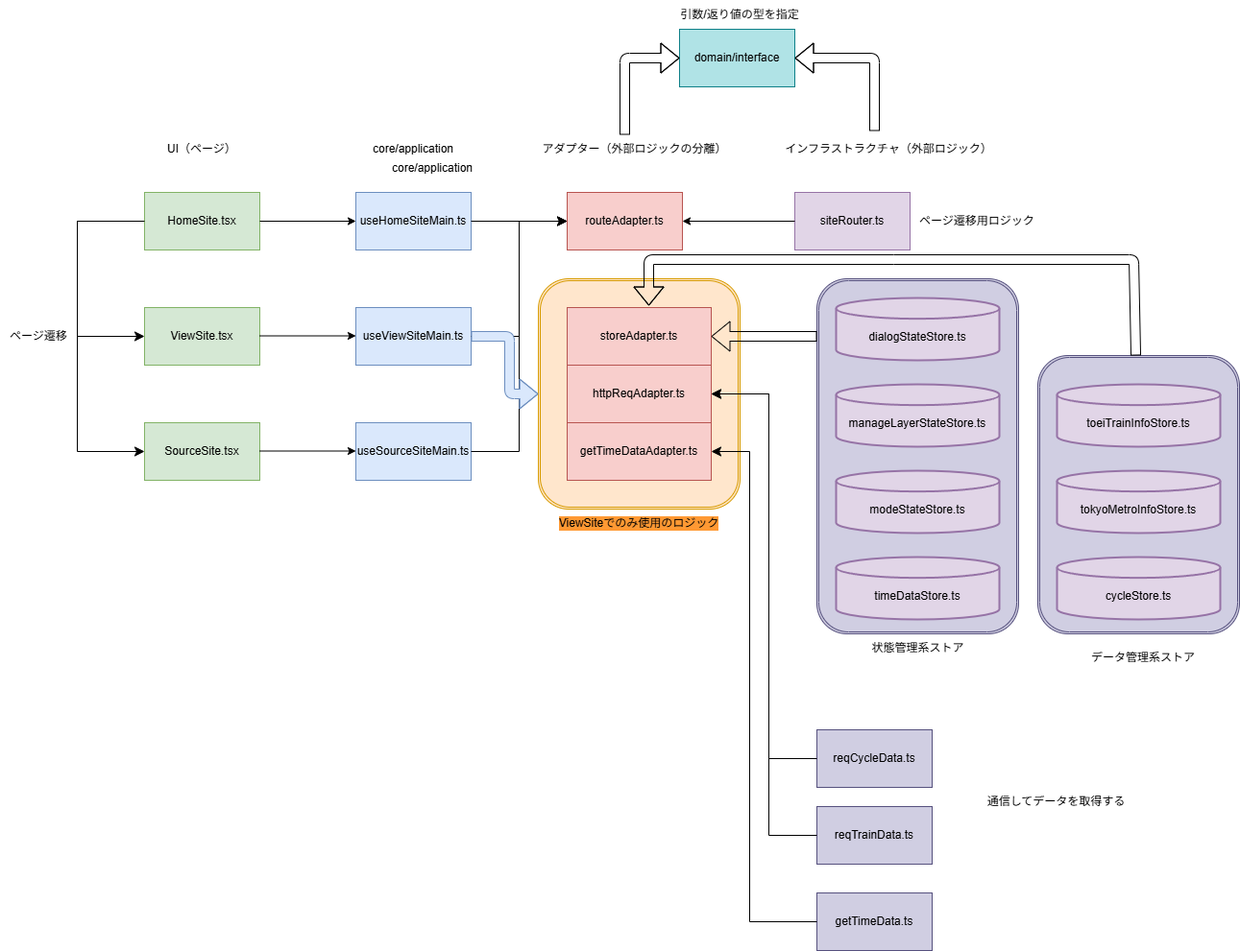
Before: 01_設計/image/フロント側構成.drawio.png, a diagram exported from draw.io (mayuge/SPECTRA). Source tidied: cells renumbered, new cells last; positions are measured from the earlier drawing's top-left corner, leaving out a move shared by most shapes.
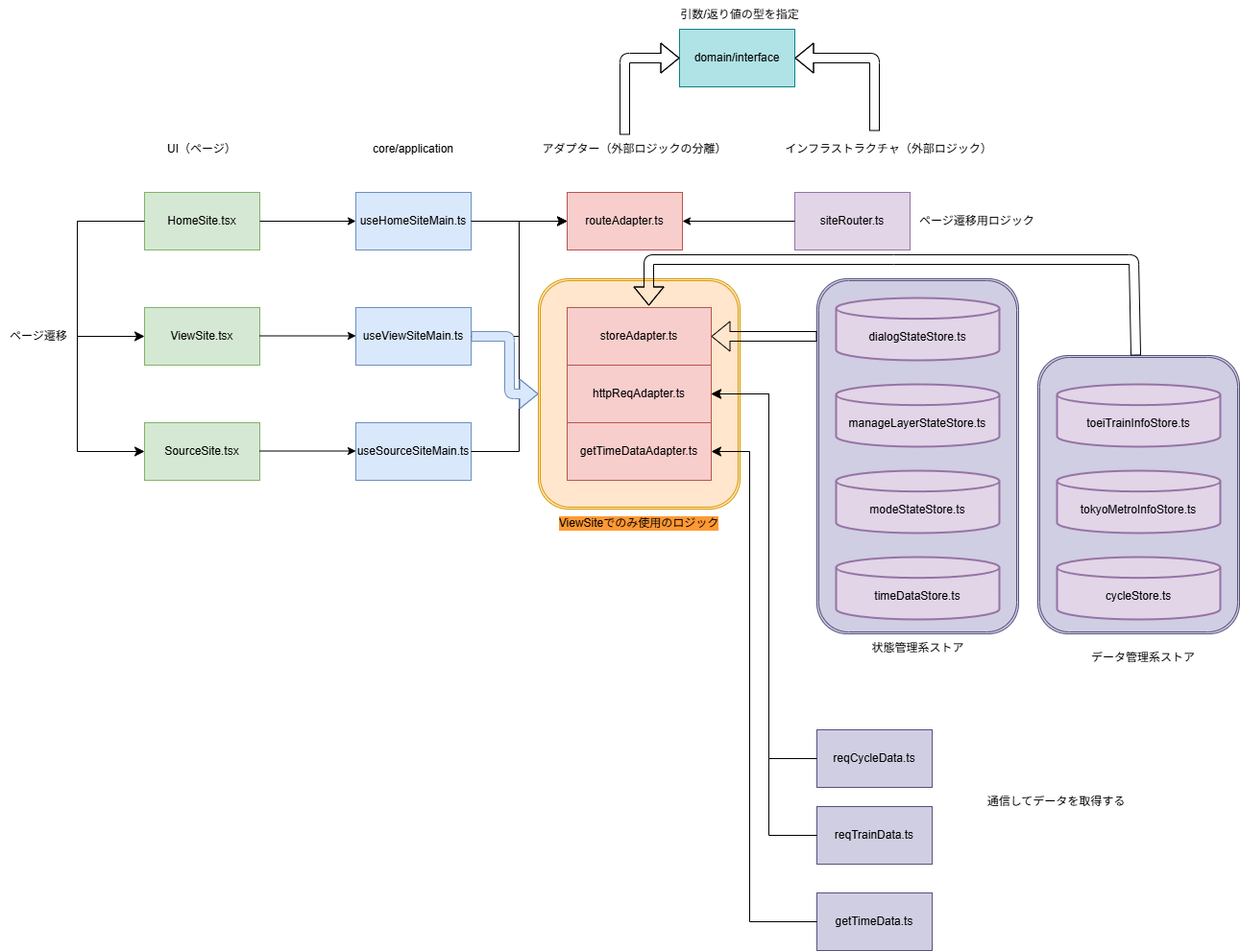
After the change.

Commit message:
docs:フロント側構成図修正

Diff of the diagram source:
```diff
@@ -81,9 +81,6 @@
     <mxCell id="22" value="アダプター（外部ロジックの分離）" style="text;html=1;align=center;verticalAlign=middle;whiteSpace=wrap;rounded=0;" parent="1" vertex="1">
       <mxGeometry x="557.5" y="140" width="205" height="30" as="geometry" />
     </mxCell>
-    <mxCell id="23" value="core/application" style="text;html=1;align=center;verticalAlign=middle;whiteSpace=wrap;rounded=0;" parent="1" vertex="1">
-      <mxGeometry x="405" y="160" width="90" height="30" as="geometry" />
-    </mxCell>
     <mxCell id="24" value="getTimeDataAdapter.ts" style="rounded=0;whiteSpace=wrap;html=1;fillColor=#f8cecc;strokeColor=#b85450;" parent="1" vertex="1">
       <mxGeometry x="590" y="440" width="150" height="60" as="geometry" />
     </mxCell>
```
